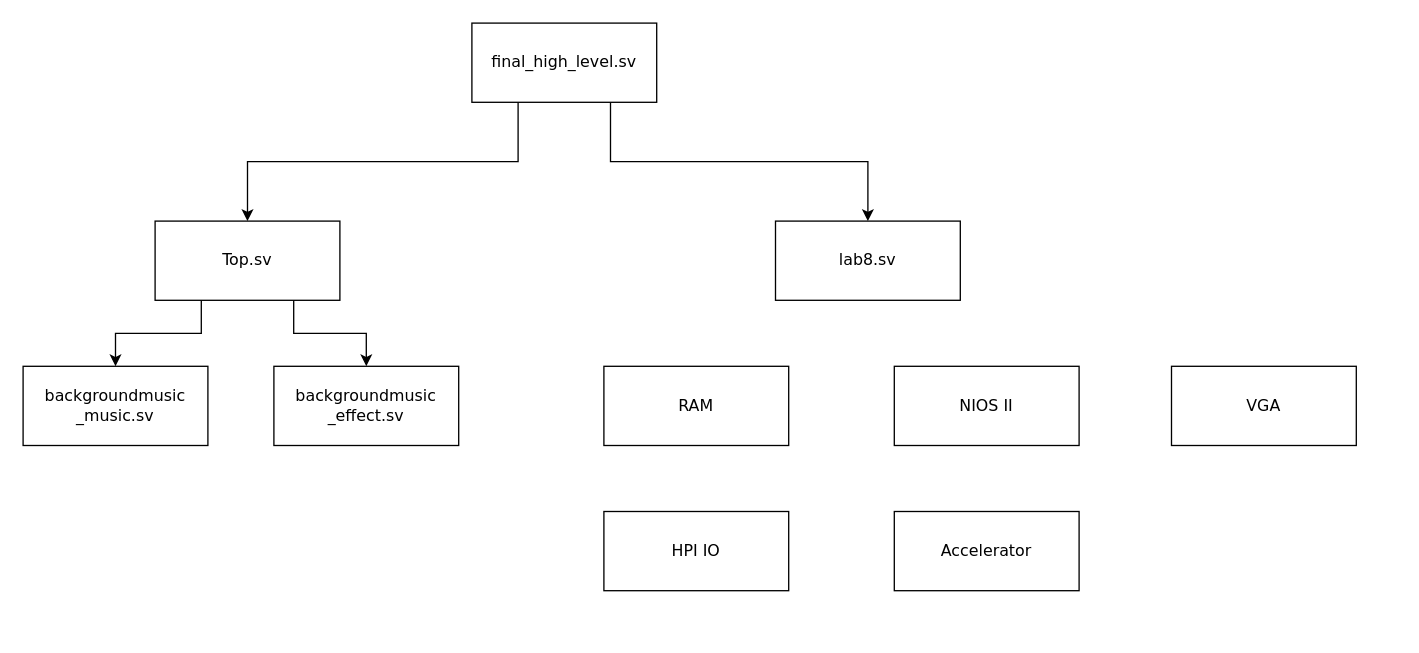
This is report_resources/architecture.drawio from BiEchi/welcome-to-illinois, a draw.io file, before an edit. Source tidied: cells renumbered, new cells numbered last; positions are measured from the earlier drawing's top-left corner, leaving out a move shared by most shapes. Both pictures are drawn from the tidied source at 132%, with x=0, y=0 at pixel (22, 22).
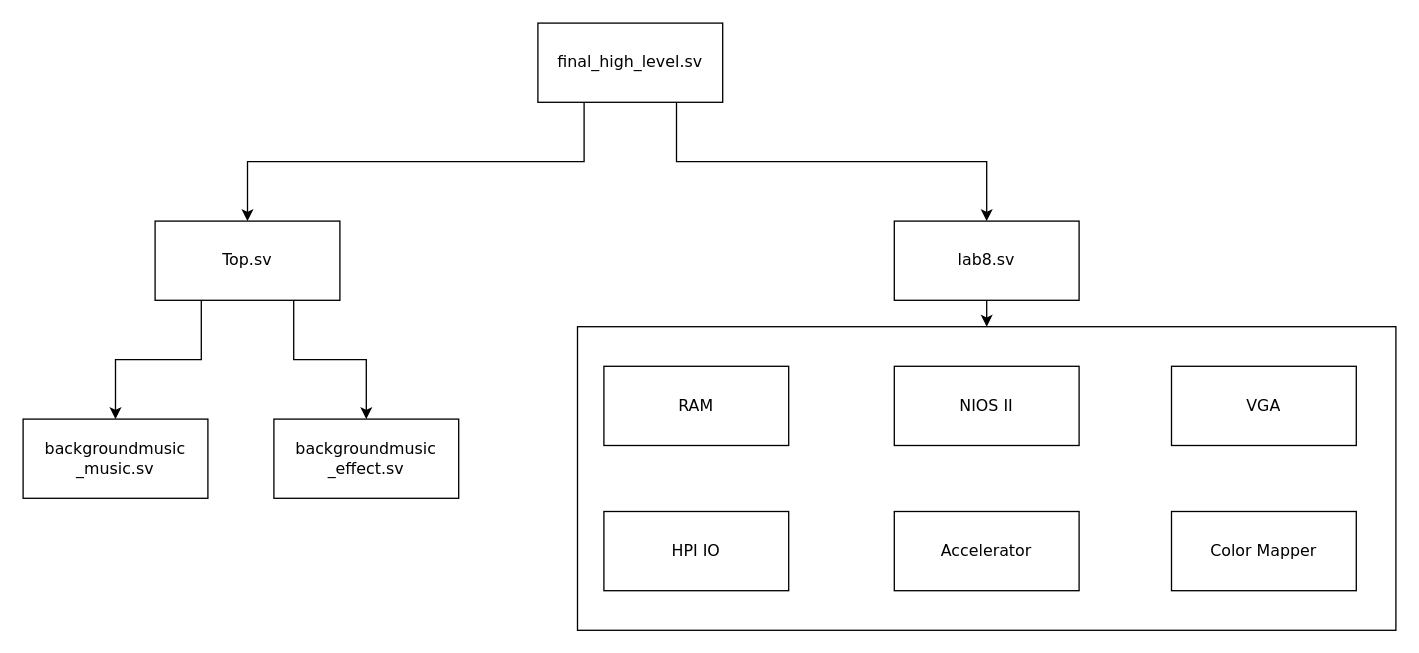
The same diagram, later.

The edit, as a diff of the source:
```diff
@@
 <mxGraphModel>
   <root>
     <mxCell id="0" />
     <mxCell id="1" parent="0" />
+    <mxCell id="16" style="rounded=0;whiteSpace=wrap;html=1;fontFamily=Verdana;" parent="1" vertex="1">
+      <mxGeometry x="420" y="230" width="620" height="230" as="geometry" />
+    </mxCell>
     <mxCell id="2" style="edgeStyle=orthogonalEdgeStyle;rounded=0;jettySize=auto;html=1;exitX=0.25;exitY=1;exitDx=0;exitDy=0;entryX=0.5;entryY=0;entryDx=0;entryDy=0;fontFamily=Verdana;" parent="1" edge="1" source="4" target="7">
       <mxGeometry relative="1" as="geometry" />
     </mxCell>
     <mxCell id="3" style="edgeStyle=orthogonalEdgeStyle;rounded=0;jettySize=auto;html=1;exitX=0.75;exitY=1;exitDx=0;exitDy=0;entryX=0.5;entryY=0;entryDx=0;entryDy=0;fontFamily=Verdana;" parent="1" edge="1" source="4" target="8">
       <mxGeometry relative="1" as="geometry" />
     </mxCell>
     <mxCell id="4" value="final_high_level.sv" style="rounded=0;whiteSpace=wrap;html=1;fontFamily=Verdana;" parent="1" vertex="1">
-      <mxGeometry x="340" width="140" height="60" as="geometry" />
+      <mxGeometry x="390" width="140" height="60" as="geometry" />
     </mxCell>
     <mxCell id="5" style="edgeStyle=orthogonalEdgeStyle;rounded=0;jettySize=auto;html=1;exitX=0.25;exitY=1;exitDx=0;exitDy=0;entryX=0.5;entryY=0;entryDx=0;entryDy=0;fontFamily=Verdana;" parent="1" edge="1" source="7" target="9">
       <mxGeometry relative="1" as="geometry" />
     </mxCell>
     <mxCell id="6" style="edgeStyle=orthogonalEdgeStyle;rounded=0;jettySize=auto;html=1;exitX=0.75;exitY=1;exitDx=0;exitDy=0;entryX=0.5;entryY=0;entryDx=0;entryDy=0;fontFamily=Verdana;" parent="1" edge="1" source="7" target="10">
       <mxGeometry relative="1" as="geometry" />
     </mxCell>
     <mxCell id="7" value="Top.sv" style="rounded=0;whiteSpace=wrap;html=1;fontFamily=Verdana;" parent="1" vertex="1">
       <mxGeometry x="100" y="150" width="140" height="60" as="geometry" />
     </mxCell>
+    <mxCell id="17" style="edgeStyle=orthogonalEdgeStyle;rounded=0;jettySize=auto;html=1;exitX=0.5;exitY=1;exitDx=0;exitDy=0;entryX=0.5;entryY=0;entryDx=0;entryDy=0;fontFamily=Verdana;" parent="1" edge="1" source="8" target="16">
+      <mxGeometry relative="1" as="geometry" />
+    </mxCell>
     <mxCell id="8" value="lab8.sv" style="rounded=0;whiteSpace=wrap;html=1;fontFamily=Verdana;" parent="1" vertex="1">
-      <mxGeometry x="570" y="150" width="140" height="60" as="geometry" />
+      <mxGeometry x="660" y="150" width="140" height="60" as="geometry" />
     </mxCell>
     <mxCell id="9" value="backgroundmusic&lt;br&gt;_music.sv" style="rounded=0;whiteSpace=wrap;html=1;fontFamily=Verdana;" parent="1" vertex="1">
-      <mxGeometry y="260" width="140" height="60" as="geometry" />
+      <mxGeometry y="300" width="140" height="60" as="geometry" />
     </mxCell>
     <mxCell id="10" value="backgroundmusic&lt;br&gt;_effect.sv" style="rounded=0;whiteSpace=wrap;html=1;fontFamily=Verdana;" parent="1" vertex="1">
-      <mxGeometry x="190" y="260" width="140" height="60" as="geometry" />
+      <mxGeometry x="190" y="300" width="140" height="60" as="geometry" />
     </mxCell>
     <mxCell id="11" value="RAM" style="rounded=0;whiteSpace=wrap;html=1;fontFamily=Verdana;" parent="1" vertex="1">
       <mxGeometry x="440" y="260" width="140" height="60" as="geometry" />
     </mxCell>
     <mxCell id="12" value="HPI IO" style="rounded=0;whiteSpace=wrap;html=1;fontFamily=Verdana;" parent="1" vertex="1">
       <mxGeometry x="440" y="370" width="140" height="60" as="geometry" />
     </mxCell>
     <mxCell id="13" value="NIOS II" style="rounded=0;whiteSpace=wrap;html=1;fontFamily=Verdana;" parent="1" vertex="1">
       <mxGeometry x="660" y="260" width="140" height="60" as="geometry" />
     </mxCell>
     <mxCell id="14" value="Accelerator" style="rounded=0;whiteSpace=wrap;html=1;fontFamily=Verdana;" parent="1" vertex="1">
       <mxGeometry x="660" y="370" width="140" height="60" as="geometry" />
     </mxCell>
     <mxCell id="15" value="VGA" style="rounded=0;whiteSpace=wrap;html=1;fontFamily=Verdana;" parent="1" vertex="1">
       <mxGeometry x="870" y="260" width="140" height="60" as="geometry" />
     </mxCell>
+    <mxCell id="18" value="Color Mapper" style="rounded=0;whiteSpace=wrap;html=1;fontFamily=Verdana;" parent="1" vertex="1">
+      <mxGeometry x="870" y="370" width="140" height="60" as="geometry" />
+    </mxCell>
   </root>
 </mxGraphModel>
```
